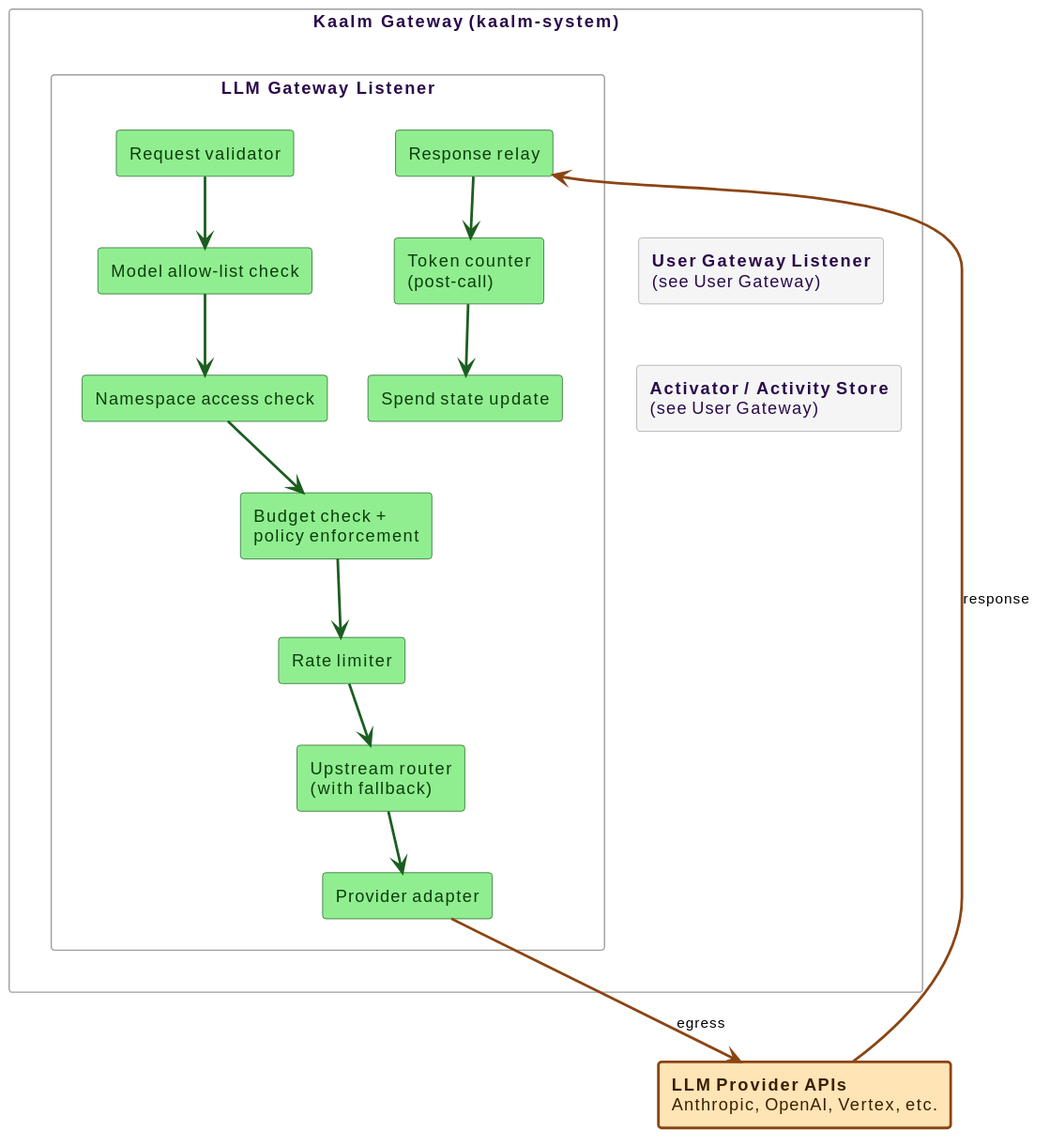
The PlantUML diagram docs/src/diagrams/llm-gateway-pipeline.svg in win07xp/kaalm, before a commit.
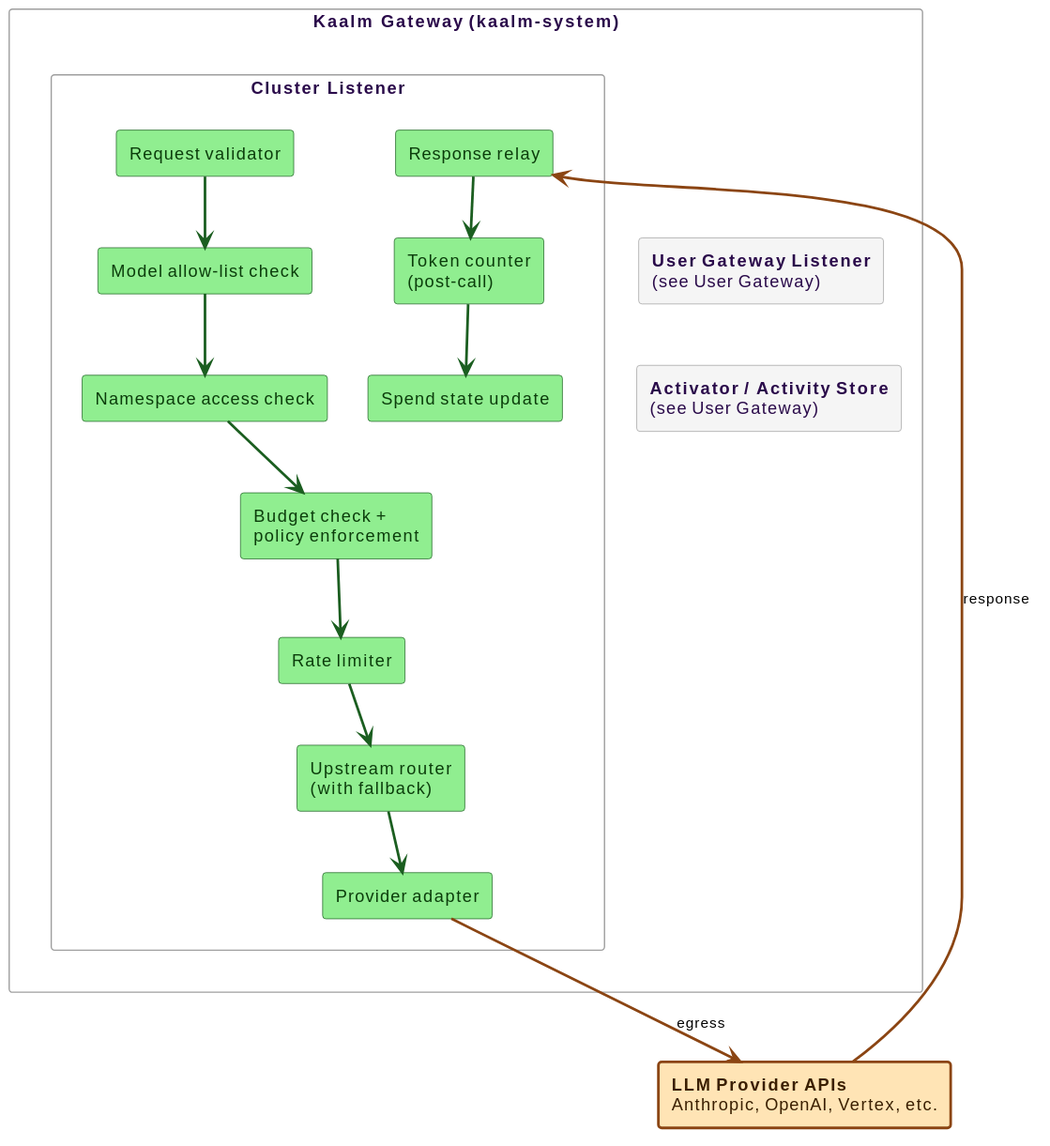
After the commit.

The edit, as a diff of the source:
```diff
@@ -3,7 +3,7 @@
 
 rectangle "**Kaalm Gateway** (kaalm-system)" as gwproc {
 
-  rectangle "**LLM Gateway Listener**" as llml {
+  rectangle "**Cluster Listener**" as llml {
     rectangle "Request validator" as v #back:90EE90;line:1B5E20;text:0b3d0b
     rectangle "Model allow-list check" as m #back:90EE90;line:1B5E20;text:0b3d0b
     rectangle "Namespace access check" as n #back:90EE90;line:1B5E20;text:0b3d0b
```
